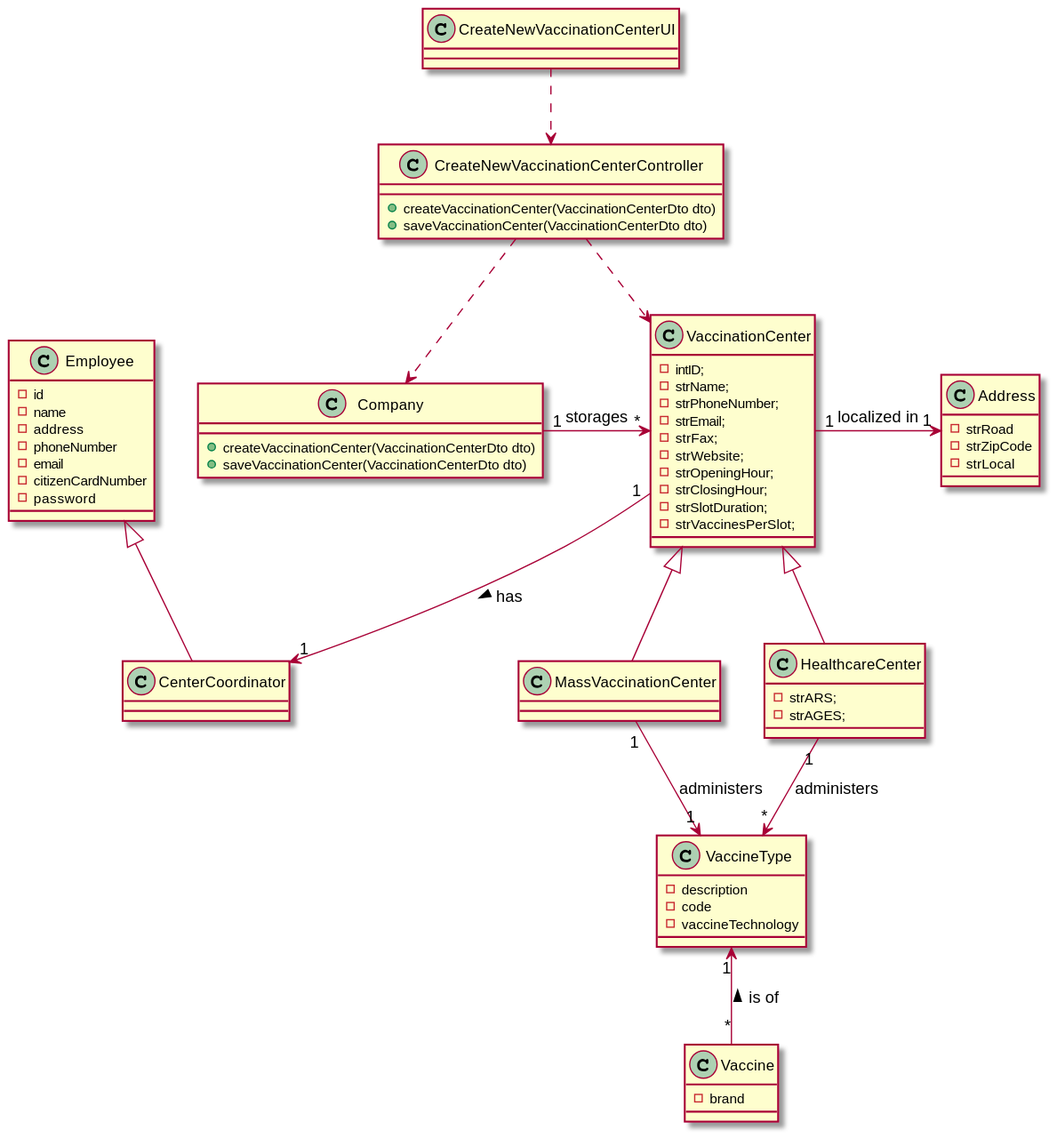
Before: docs/SprintB/US009/US009_CD.svg, a diagram exported from PlantUML (Pirussa/lei-22-s2-1da-g02).
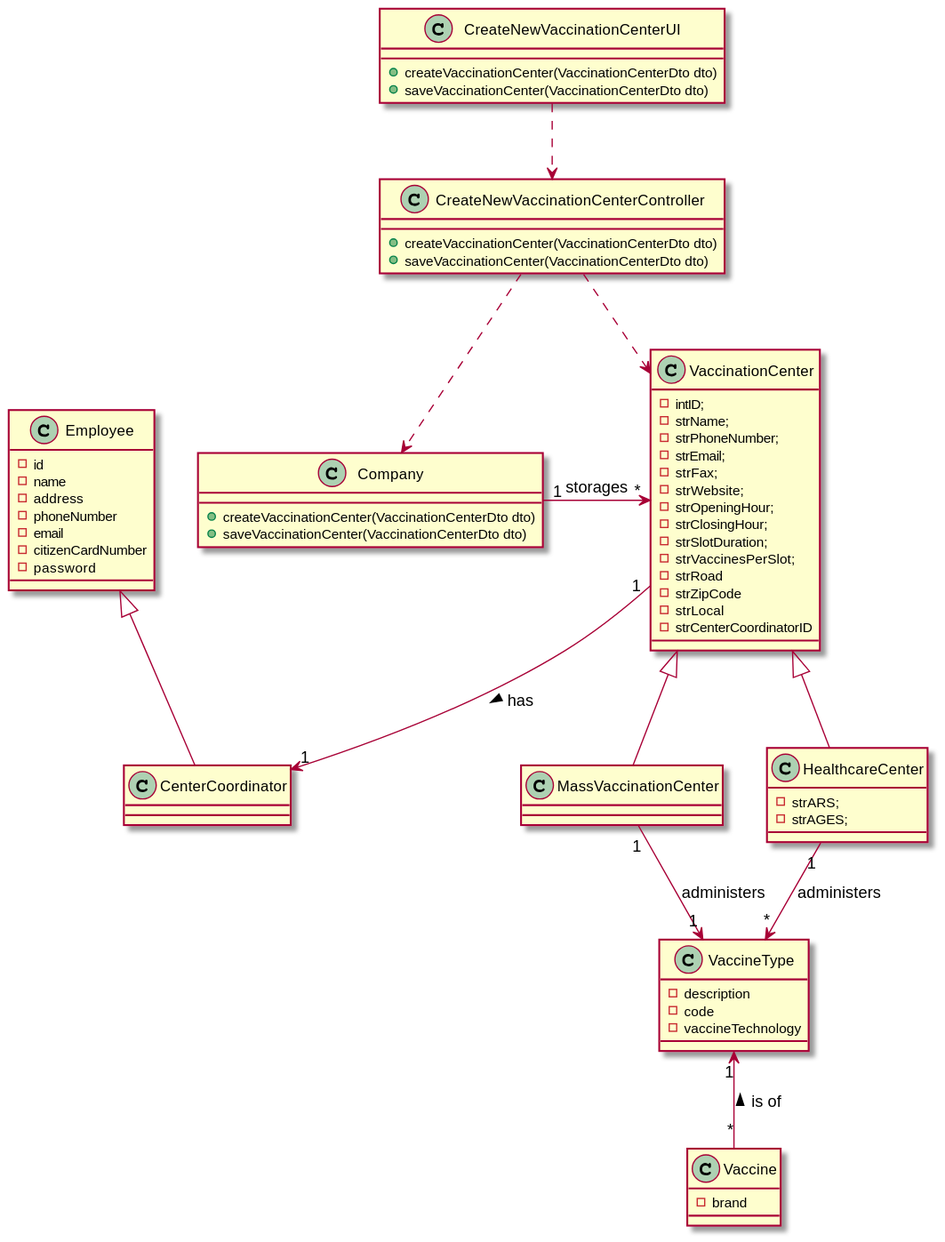
The same file after the commit.

Diff of the diagram source:
```diff
@@ -16,6 +16,10 @@
 -strClosingHour;
 -strSlotDuration;
 -strVaccinesPerSlot;
+-strRoad
+-strZipCode
+-strLocal
+-strCenterCoordinatorID
 }
 
 class CenterCoordinator{
@@ -42,12 +46,6 @@
 -password
 }
 
-class Address{
--strRoad
--strZipCode
--strLocal
-}
-
 class MassVaccinationCenter{
 }
 
@@ -56,7 +54,10 @@
 -strAGES;
 }
 
-class CreateNewVaccinationCenterUI
+class CreateNewVaccinationCenterUI{
++createVaccinationCenter(VaccinationCenterDto dto)
++saveVaccinationCenter(VaccinationCenterDto dto)
+}
 
 class CreateNewVaccinationCenterController{
 +createVaccinationCenter(VaccinationCenterDto dto)
@@ -71,7 +72,6 @@
 VaccinationCenter <|-- MassVaccinationCenter
 VaccinationCenter <|-- HealthcareCenter
 Employee <|-- CenterCoordinator
-VaccinationCenter "1" -> "1" Address : localized in
 MassVaccinationCenter "1" --> "1" VaccineType: administers
 HealthcareCenter "1" -down-> "*" VaccineType: administers
 VaccineType "1" <-down- "*" Vaccine: is of <
```
